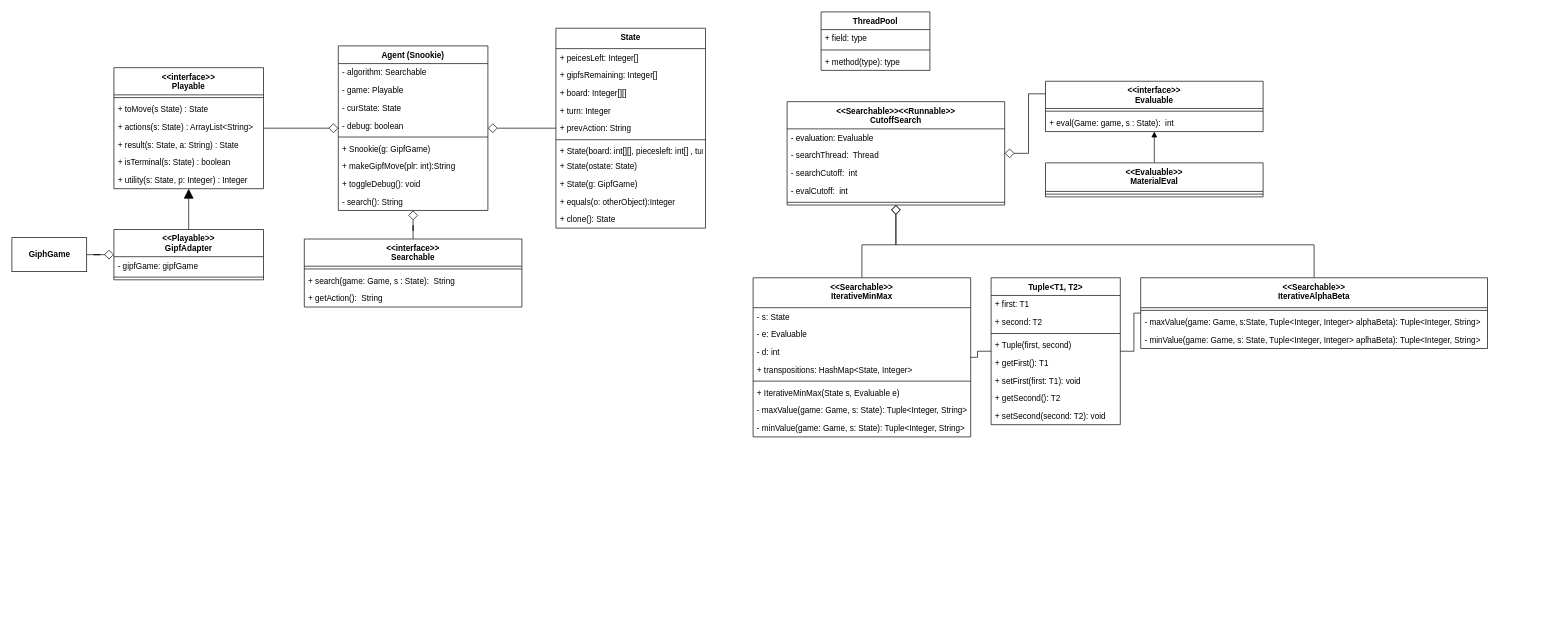
The draw.io diagram diagrams/CSC3335_Project3.drawio in tone-man/tone-man-hancockcraveirocanfield_3335_project3, before the edit. Source tidied: cells renumbered, new cells numbered last; positions are measured from the earlier drawing's top-left corner, leaving out a move shared by most shapes. Both pictures are drawn from the tidied source at 68%, with x=0, y=0 at pixel (12, 12).
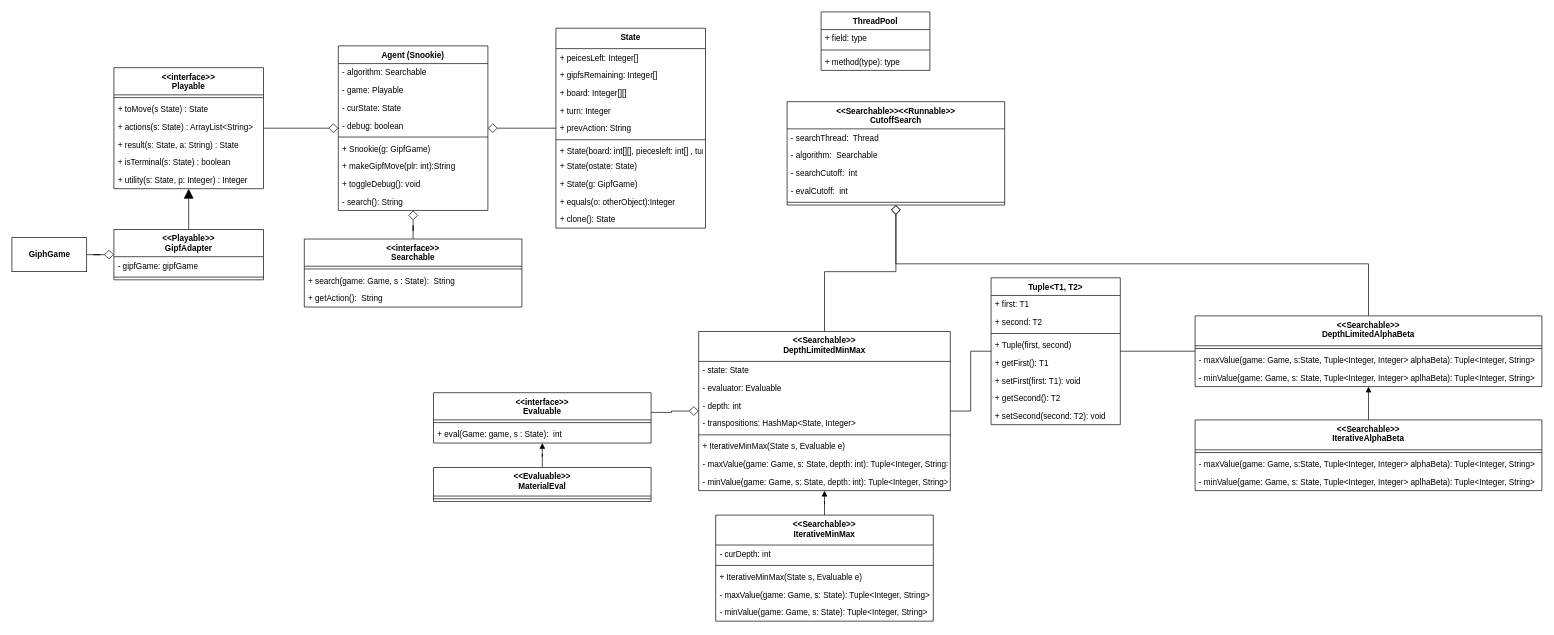
The same page after the edit.

Unchanged cells that the change refers to:
```xml
<mxCell id="39" value="&lt;&lt;Searchable&gt;&gt;&lt;&lt;Runnable&gt;&gt;&#10;CutoffSearch" style="swimlane;fontStyle=1;align=center;verticalAlign=top;horizontal=1;startSize=40;" parent="1" vertex="1">
  <mxGeometry x="1140" y="132" width="320" height="152" as="geometry" />
</mxCell>
<mxCell id="72" value="Tuple&lt;T1, T2&gt;" style="swimlane;fontStyle=1;align=center;verticalAlign=top;horizontal=1;startSize=26;" parent="1" vertex="1">
  <mxGeometry x="1440" y="391" width="190" height="216" as="geometry" />
</mxCell>
```

The edit, as a diff of the source:
```diff
@@
-    <mxCell id="12" style="edgeStyle=orthogonalEdgeStyle;rounded=0;jettySize=auto;html=1;exitX=0.5;exitY=0;exitDx=0;exitDy=0;strokeWidth=1;endArrow=diamond;endFill=0;endSize=12;" parent="1" edge="1" source="13" target="39">
+    <mxCell id="12" style="edgeStyle=orthogonalEdgeStyle;rounded=0;jettySize=auto;html=1;strokeWidth=1;endArrow=diamond;endFill=0;endSize=12;" parent="1" edge="1" source="91" target="39">
       <mxGeometry relative="1" as="geometry" />
     </mxCell>
+    <mxCell id="87" style="edgeStyle=orthogonalEdgeStyle;rounded=0;jettySize=auto;html=1;exitX=0.5;exitY=0;exitDx=0;exitDy=0;endArrow=block;endFill=1;" parent="1" edge="1" source="13" target="91">
+      <mxGeometry relative="1" as="geometry" />
+    </mxCell>
     <mxCell id="13" value="&lt;&lt;Searchable&gt;&gt;&#10;IterativeMinMax" style="swimlane;fontStyle=1;align=center;verticalAlign=top;horizontal=1;startSize=44;" parent="1" vertex="1">
-      <mxGeometry x="1090" y="391" width="320" height="234" as="geometry" />
+      <mxGeometry x="1035" y="740" width="320" height="156" as="geometry" />
     </mxCell>
-    <mxCell id="14" value="- s: State" style="text;strokeColor=none;fillColor=none;align=left;verticalAlign=top;spacingLeft=4;spacingRight=4;overflow=hidden;" parent="13" vertex="1">
-      <mxGeometry y="44" width="320" height="26" as="geometry" />
-    </mxCell>
-    <mxCell id="15" value="- e: Evaluable" style="text;strokeColor=none;fillColor=none;align=left;verticalAlign=top;spacingLeft=4;spacingRight=4;overflow=hidden;" parent="13" vertex="1">
-      <mxGeometry y="70" width="320" height="26" as="geometry" />
-    </mxCell>
-    <mxCell id="16" value="- d: int" style="text;strokeColor=none;fillColor=none;align=left;verticalAlign=top;spacingLeft=4;spacingRight=4;overflow=hidden;" parent="13" vertex="1">
-      <mxGeometry y="96" width="320" height="26" as="geometry" />
-    </mxCell>
-    <mxCell id="17" value="+ transpositions: HashMap&lt;State, Integer&gt;" style="text;strokeColor=none;fillColor=none;align=left;verticalAlign=top;spacingLeft=4;spacingRight=4;overflow=hidden;" parent="13" vertex="1">
-      <mxGeometry y="122" width="320" height="26" as="geometry" />
-    </mxCell>
+    <mxCell id="88" value="- curDepth: int" style="text;strokeColor=none;fillColor=none;align=left;verticalAlign=top;spacingLeft=4;spacingRight=4;overflow=hidden;" parent="13" vertex="1">
+      <mxGeometry y="44" width="320" height="26" as="geometry" />
+    </mxCell>
     <mxCell id="18" style="line;strokeWidth=1;fillColor=none;align=left;verticalAlign=middle;spacingTop=-1;spacingLeft=3;spacingRight=3;labelPosition=right;strokeColor=inherit;" parent="13" vertex="1">
-      <mxGeometry y="148" width="320" height="8" as="geometry" />
+      <mxGeometry y="70" width="320" height="8" as="geometry" />
     </mxCell>
     <mxCell id="19" value="+ IterativeMinMax(State s, Evaluable e)" style="text;strokeColor=none;fillColor=none;align=left;verticalAlign=top;spacingLeft=4;spacingRight=4;overflow=hidden;" parent="13" vertex="1">
-      <mxGeometry y="156" width="320" height="26" as="geometry" />
+      <mxGeometry y="78" width="320" height="26" as="geometry" />
     </mxCell>
     <mxCell id="20" value="- maxValue(game: Game, s: State): Tuple&lt;Integer, String&gt;" style="text;strokeColor=none;fillColor=none;align=left;verticalAlign=top;spacingLeft=4;spacingRight=4;overflow=hidden;" parent="13" vertex="1">
-      <mxGeometry y="182" width="320" height="26" as="geometry" />
+      <mxGeometry y="104" width="320" height="26" as="geometry" />
     </mxCell>
     <mxCell id="21" value="- minValue(game: Game, s: State): Tuple&lt;Integer, String&gt; " style="text;strokeColor=none;fillColor=none;align=left;verticalAlign=top;spacingLeft=4;spacingRight=4;overflow=hidden;" parent="13" vertex="1">
-      <mxGeometry y="208" width="320" height="26" as="geometry" />
+      <mxGeometry y="130" width="320" height="26" as="geometry" />
     </mxCell>
@@
-    <mxCell id="30" style="edgeStyle=orthogonalEdgeStyle;rounded=0;jettySize=auto;html=1;exitX=0.5;exitY=0;exitDx=0;exitDy=0;strokeWidth=1;endArrow=diamond;endFill=0;endSize=12;" parent="1" edge="1" source="31" target="39">
+    <mxCell id="30" style="edgeStyle=orthogonalEdgeStyle;rounded=0;jettySize=auto;html=1;strokeWidth=1;endArrow=diamond;endFill=0;endSize=12;exitX=0.5;exitY=0;exitDx=0;exitDy=0;" parent="1" edge="1" source="100" target="39">
       <mxGeometry relative="1" as="geometry" />
     </mxCell>
+    <mxCell id="89" style="edgeStyle=orthogonalEdgeStyle;rounded=0;jettySize=auto;html=1;exitX=0.5;exitY=0;exitDx=0;exitDy=0;endArrow=block;endFill=1;" parent="1" edge="1" source="31" target="100">
+      <mxGeometry relative="1" as="geometry" />
+    </mxCell>
     <mxCell id="31" value="&lt;&lt;Searchable&gt;&gt;&#10;IterativeAlphaBeta" style="swimlane;fontStyle=1;align=center;verticalAlign=top;horizontal=1;startSize=44;" parent="1" vertex="1">
-      <mxGeometry x="1660" y="391" width="510" height="104" as="geometry" />
+      <mxGeometry x="1740" y="600" width="510" height="104" as="geometry" />
     </mxCell>
@@
-    <mxCell id="40" value="- evaluation: Evaluable" style="text;strokeColor=none;fillColor=none;align=left;verticalAlign=top;spacingLeft=4;spacingRight=4;overflow=hidden;" parent="39" vertex="1">
-      <mxGeometry y="40" width="320" height="26" as="geometry" />
-    </mxCell>
     <mxCell id="41" value="- searchThread:  Thread" style="text;strokeColor=none;fillColor=none;align=left;verticalAlign=top;spacingLeft=4;spacingRight=4;overflow=hidden;" parent="39" vertex="1">
-      <mxGeometry y="66" width="320" height="26" as="geometry" />
+      <mxGeometry y="40" width="320" height="26" as="geometry" />
     </mxCell>
+    <mxCell id="90" value="- algorithm:  Searchable" style="text;strokeColor=none;fillColor=none;align=left;verticalAlign=top;spacingLeft=4;spacingRight=4;overflow=hidden;" parent="39" vertex="1">
+      <mxGeometry y="66" width="320" height="26" as="geometry" />
+    </mxCell>
@@
-    <mxCell id="45" style="edgeStyle=orthogonalEdgeStyle;rounded=0;jettySize=auto;html=1;exitX=0;exitY=0.25;exitDx=0;exitDy=0;endArrow=diamond;endFill=0;endSize=12;" parent="1" edge="1" source="46" target="39">
-      <mxGeometry relative="1" as="geometry" />
+    <mxCell id="45" style="edgeStyle=orthogonalEdgeStyle;rounded=0;jettySize=auto;html=1;endArrow=diamond;endFill=0;endSize=12;" parent="1" edge="1" source="46" target="91">
+      <mxGeometry relative="1" as="geometry">
+        <Array as="points">
+          <mxPoint x="970" y="589" />
+          <mxPoint x="970" y="587" />
+        </Array>
+      </mxGeometry>
     </mxCell>
     <mxCell id="46" value="&lt;&lt;interface&gt;&gt;&#10;Evaluable" style="swimlane;fontStyle=1;align=center;verticalAlign=top;horizontal=1;startSize=40;" parent="1" vertex="1">
-      <mxGeometry x="1520" y="102" width="320" height="74" as="geometry" />
+      <mxGeometry x="620" y="560" width="320" height="74" as="geometry" />
     </mxCell>
@@
     <mxCell id="50" value="&lt;&lt;Evaluable&gt;&gt;&#10;MaterialEval" style="swimlane;fontStyle=1;align=center;verticalAlign=top;horizontal=1;startSize=42;" parent="1" vertex="1">
-      <mxGeometry x="1520" y="222" width="320" height="50" as="geometry" />
+      <mxGeometry x="620" y="670" width="320" height="50" as="geometry" />
     </mxCell>
@@
-    <mxCell id="70" style="edgeStyle=orthogonalEdgeStyle;rounded=0;jettySize=auto;html=1;endArrow=none;endFill=0;endSize=12;" parent="1" edge="1" source="72" target="31">
+    <mxCell id="70" style="edgeStyle=orthogonalEdgeStyle;rounded=0;jettySize=auto;html=1;endArrow=none;endFill=0;endSize=12;" parent="1" edge="1" source="72" target="100">
       <mxGeometry relative="1" as="geometry" />
     </mxCell>
-    <mxCell id="71" style="edgeStyle=orthogonalEdgeStyle;rounded=0;jettySize=auto;html=1;exitX=0;exitY=0.5;exitDx=0;exitDy=0;endArrow=none;endFill=0;endSize=12;" parent="1" edge="1" source="72" target="13">
+    <mxCell id="71" style="edgeStyle=orthogonalEdgeStyle;rounded=0;jettySize=auto;html=1;exitX=0;exitY=0.5;exitDx=0;exitDy=0;endArrow=none;endFill=0;endSize=12;" parent="1" edge="1" source="72" target="91">
       <mxGeometry relative="1" as="geometry" />
     </mxCell>
@@
+    <mxCell id="91" value="&lt;&lt;Searchable&gt;&gt;&#10;DepthLimitedMinMax" style="swimlane;fontStyle=1;align=center;verticalAlign=top;horizontal=1;startSize=44;" parent="1" vertex="1">
+      <mxGeometry x="1010" y="470" width="370" height="234" as="geometry" />
+    </mxCell>
+    <mxCell id="92" value="- state: State" style="text;strokeColor=none;fillColor=none;align=left;verticalAlign=top;spacingLeft=4;spacingRight=4;overflow=hidden;" parent="91" vertex="1">
+      <mxGeometry y="44" width="370" height="26" as="geometry" />
+    </mxCell>
+    <mxCell id="93" value="- evaluator: Evaluable" style="text;strokeColor=none;fillColor=none;align=left;verticalAlign=top;spacingLeft=4;spacingRight=4;overflow=hidden;" parent="91" vertex="1">
+      <mxGeometry y="70" width="370" height="26" as="geometry" />
+    </mxCell>
+    <mxCell id="94" value="- depth: int" style="text;strokeColor=none;fillColor=none;align=left;verticalAlign=top;spacingLeft=4;spacingRight=4;overflow=hidden;" parent="91" vertex="1">
+      <mxGeometry y="96" width="370" height="26" as="geometry" />
+    </mxCell>
+    <mxCell id="95" value="- transpositions: HashMap&lt;State, Integer&gt;" style="text;strokeColor=none;fillColor=none;align=left;verticalAlign=top;spacingLeft=4;spacingRight=4;overflow=hidden;" parent="91" vertex="1">
+      <mxGeometry y="122" width="370" height="26" as="geometry" />
+    </mxCell>
+    <mxCell id="96" style="line;strokeWidth=1;fillColor=none;align=left;verticalAlign=middle;spacingTop=-1;spacingLeft=3;spacingRight=3;labelPosition=right;strokeColor=inherit;" parent="91" vertex="1">
+      <mxGeometry y="148" width="370" height="8" as="geometry" />
+    </mxCell>
+    <mxCell id="97" value="+ IterativeMinMax(State s, Evaluable e)" style="text;strokeColor=none;fillColor=none;align=left;verticalAlign=top;spacingLeft=4;spacingRight=4;overflow=hidden;" parent="91" vertex="1">
+      <mxGeometry y="156" width="370" height="26" as="geometry" />
+    </mxCell>
+    <mxCell id="98" value="- maxValue(game: Game, s: State, depth: int): Tuple&lt;Integer, String&gt;" style="text;strokeColor=none;fillColor=none;align=left;verticalAlign=top;spacingLeft=4;spacingRight=4;overflow=hidden;" parent="91" vertex="1">
+      <mxGeometry y="182" width="370" height="26" as="geometry" />
+    </mxCell>
+    <mxCell id="99" value="- minValue(game: Game, s: State, depth: int): Tuple&lt;Integer, String&gt; " style="text;strokeColor=none;fillColor=none;align=left;verticalAlign=top;spacingLeft=4;spacingRight=4;overflow=hidden;" parent="91" vertex="1">
+      <mxGeometry y="208" width="370" height="26" as="geometry" />
+    </mxCell>
+    <mxCell id="100" value="&lt;&lt;Searchable&gt;&gt;&#10;DepthLimitedAlphaBeta" style="swimlane;fontStyle=1;align=center;verticalAlign=top;horizontal=1;startSize=44;" parent="1" vertex="1">
+      <mxGeometry x="1740" y="447" width="510" height="104" as="geometry" />
+    </mxCell>
+    <mxCell id="101" style="line;strokeWidth=1;fillColor=none;align=left;verticalAlign=middle;spacingTop=-1;spacingLeft=3;spacingRight=3;labelPosition=right;strokeColor=inherit;" parent="100" vertex="1">
+      <mxGeometry y="44" width="510" height="8" as="geometry" />
+    </mxCell>
+    <mxCell id="102" value="- maxValue(game: Game, s:State, Tuple&lt;Integer, Integer&gt; alphaBeta): Tuple&lt;Integer, String&gt;" style="text;strokeColor=none;fillColor=none;align=left;verticalAlign=top;spacingLeft=4;spacingRight=4;overflow=hidden;" parent="100" vertex="1">
+      <mxGeometry y="52" width="510" height="26" as="geometry" />
+    </mxCell>
+    <mxCell id="103" value="- minValue(game: Game, s: State, Tuple&lt;Integer, Integer&gt; aplhaBeta): Tuple&lt;Integer, String&gt; " style="text;strokeColor=none;fillColor=none;align=left;verticalAlign=top;spacingLeft=4;spacingRight=4;overflow=hidden;" parent="100" vertex="1">
+      <mxGeometry y="78" width="510" height="26" as="geometry" />
+    </mxCell>
```
